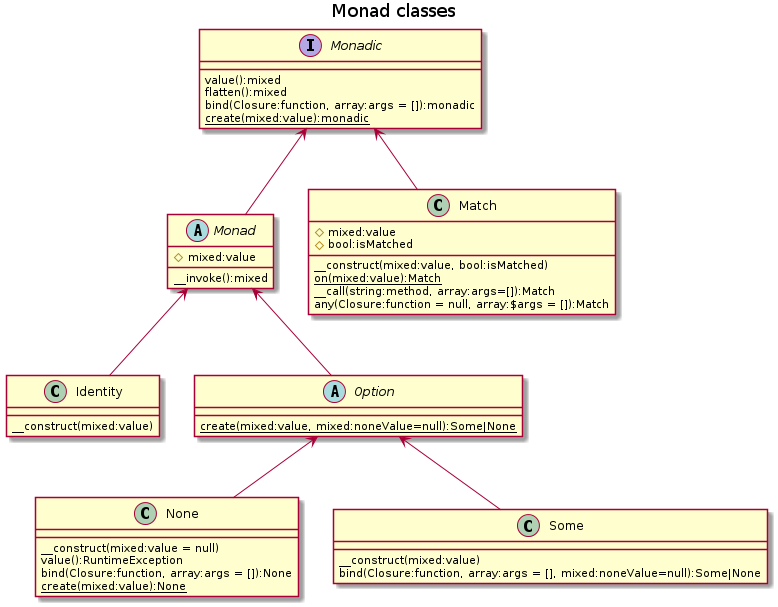
This is docs/monad-classes.png from chippyash/Monad, a PlantUML export, as it was before one commit.
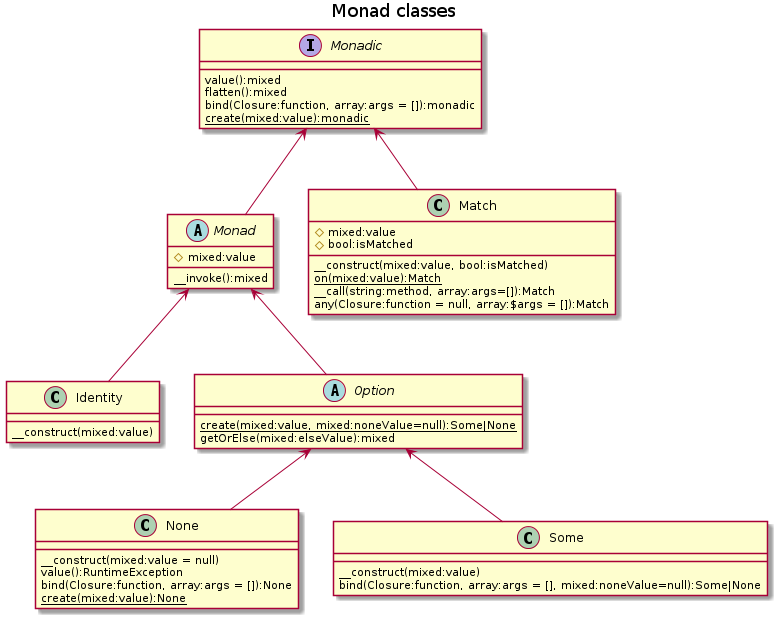
The same diagram one commit later.

Commit message:
add getOrElse method to Option

Change to the diagram source:
```diff
@@ -19,6 +19,7 @@
 
 abstract class Option {
     {static} create(mixed:value, mixed:noneValue=null):Some|None
+    getOrElse(mixed:elseValue):mixed
 }
 
 class None {
```
